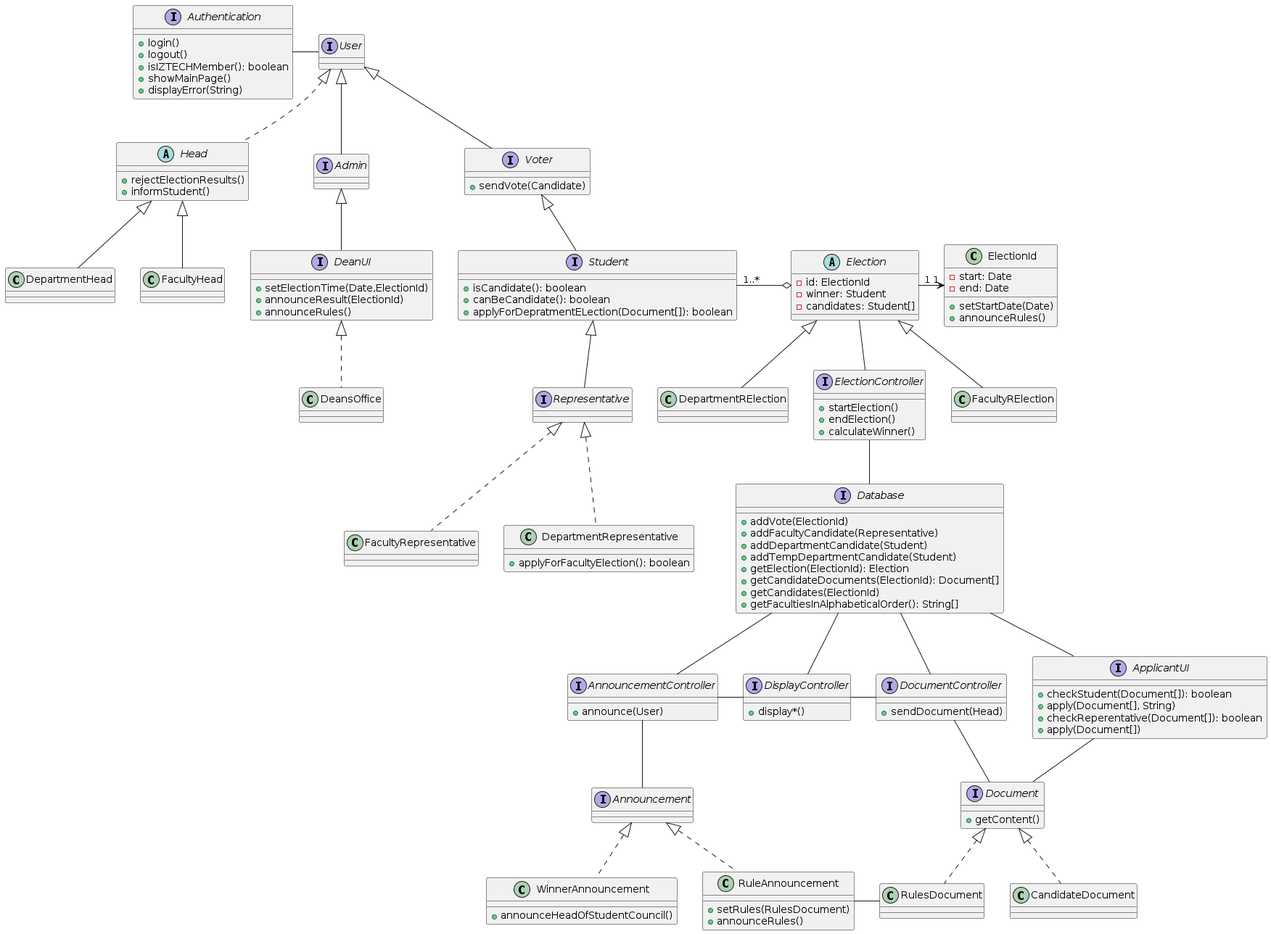
Earlier version of the PlantUML export diagrams/logical-viewpoint.png (Malik-Hinnawi/Project-1_Election-Project-Diagrams).
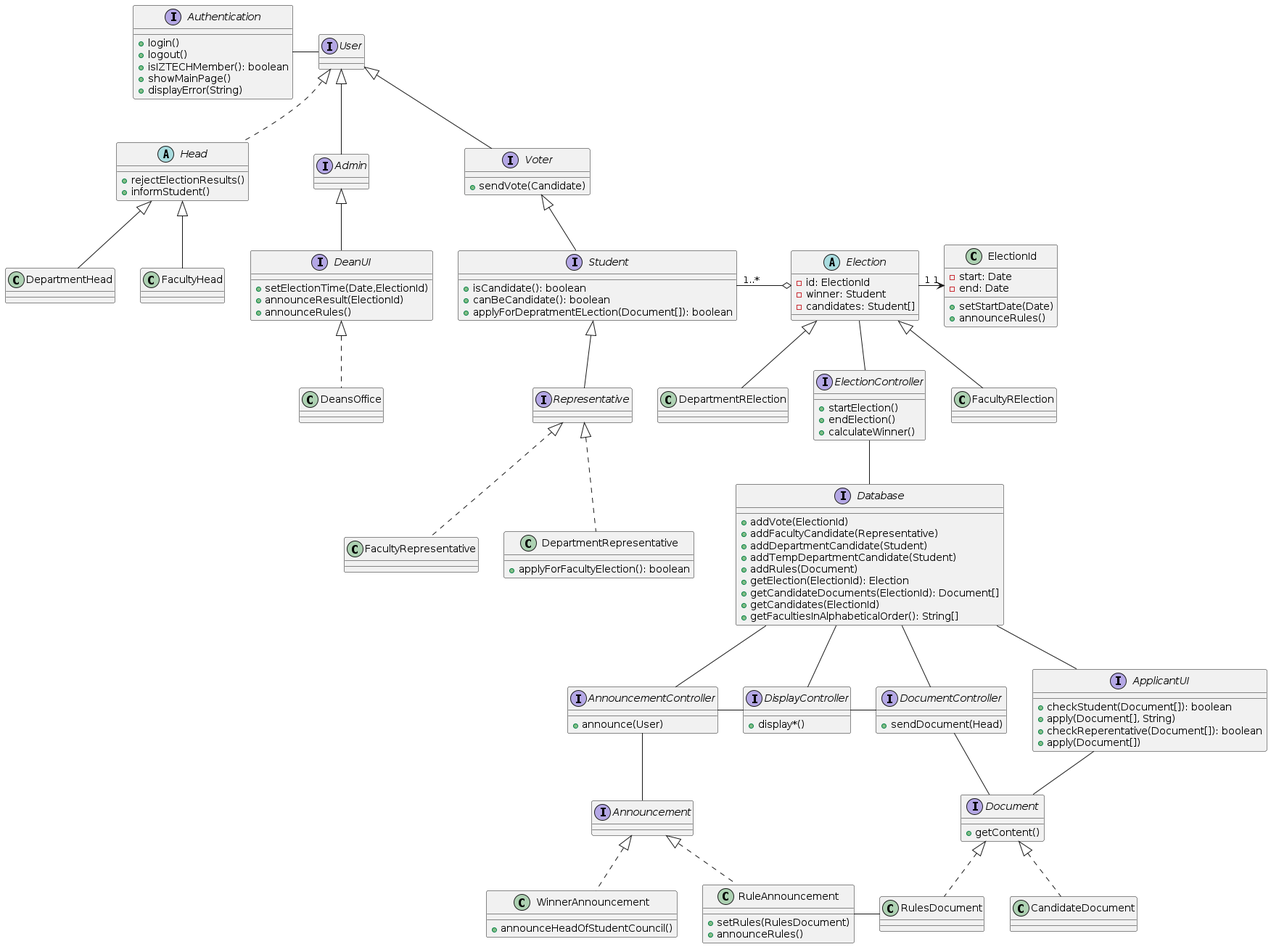
Above is the later version.

Change to the diagram source:
```diff
@@ -13,6 +13,7 @@
     +addFacultyCandidate(Representative)
     +addDepartmentCandidate(Student)
     +addTempDepartmentCandidate(Student)
+    +addRules(Document)
     +getElection(ElectionId): Election
     +getCandidateDocuments(ElectionId): Document[]
     +getCandidates(ElectionId)
```
